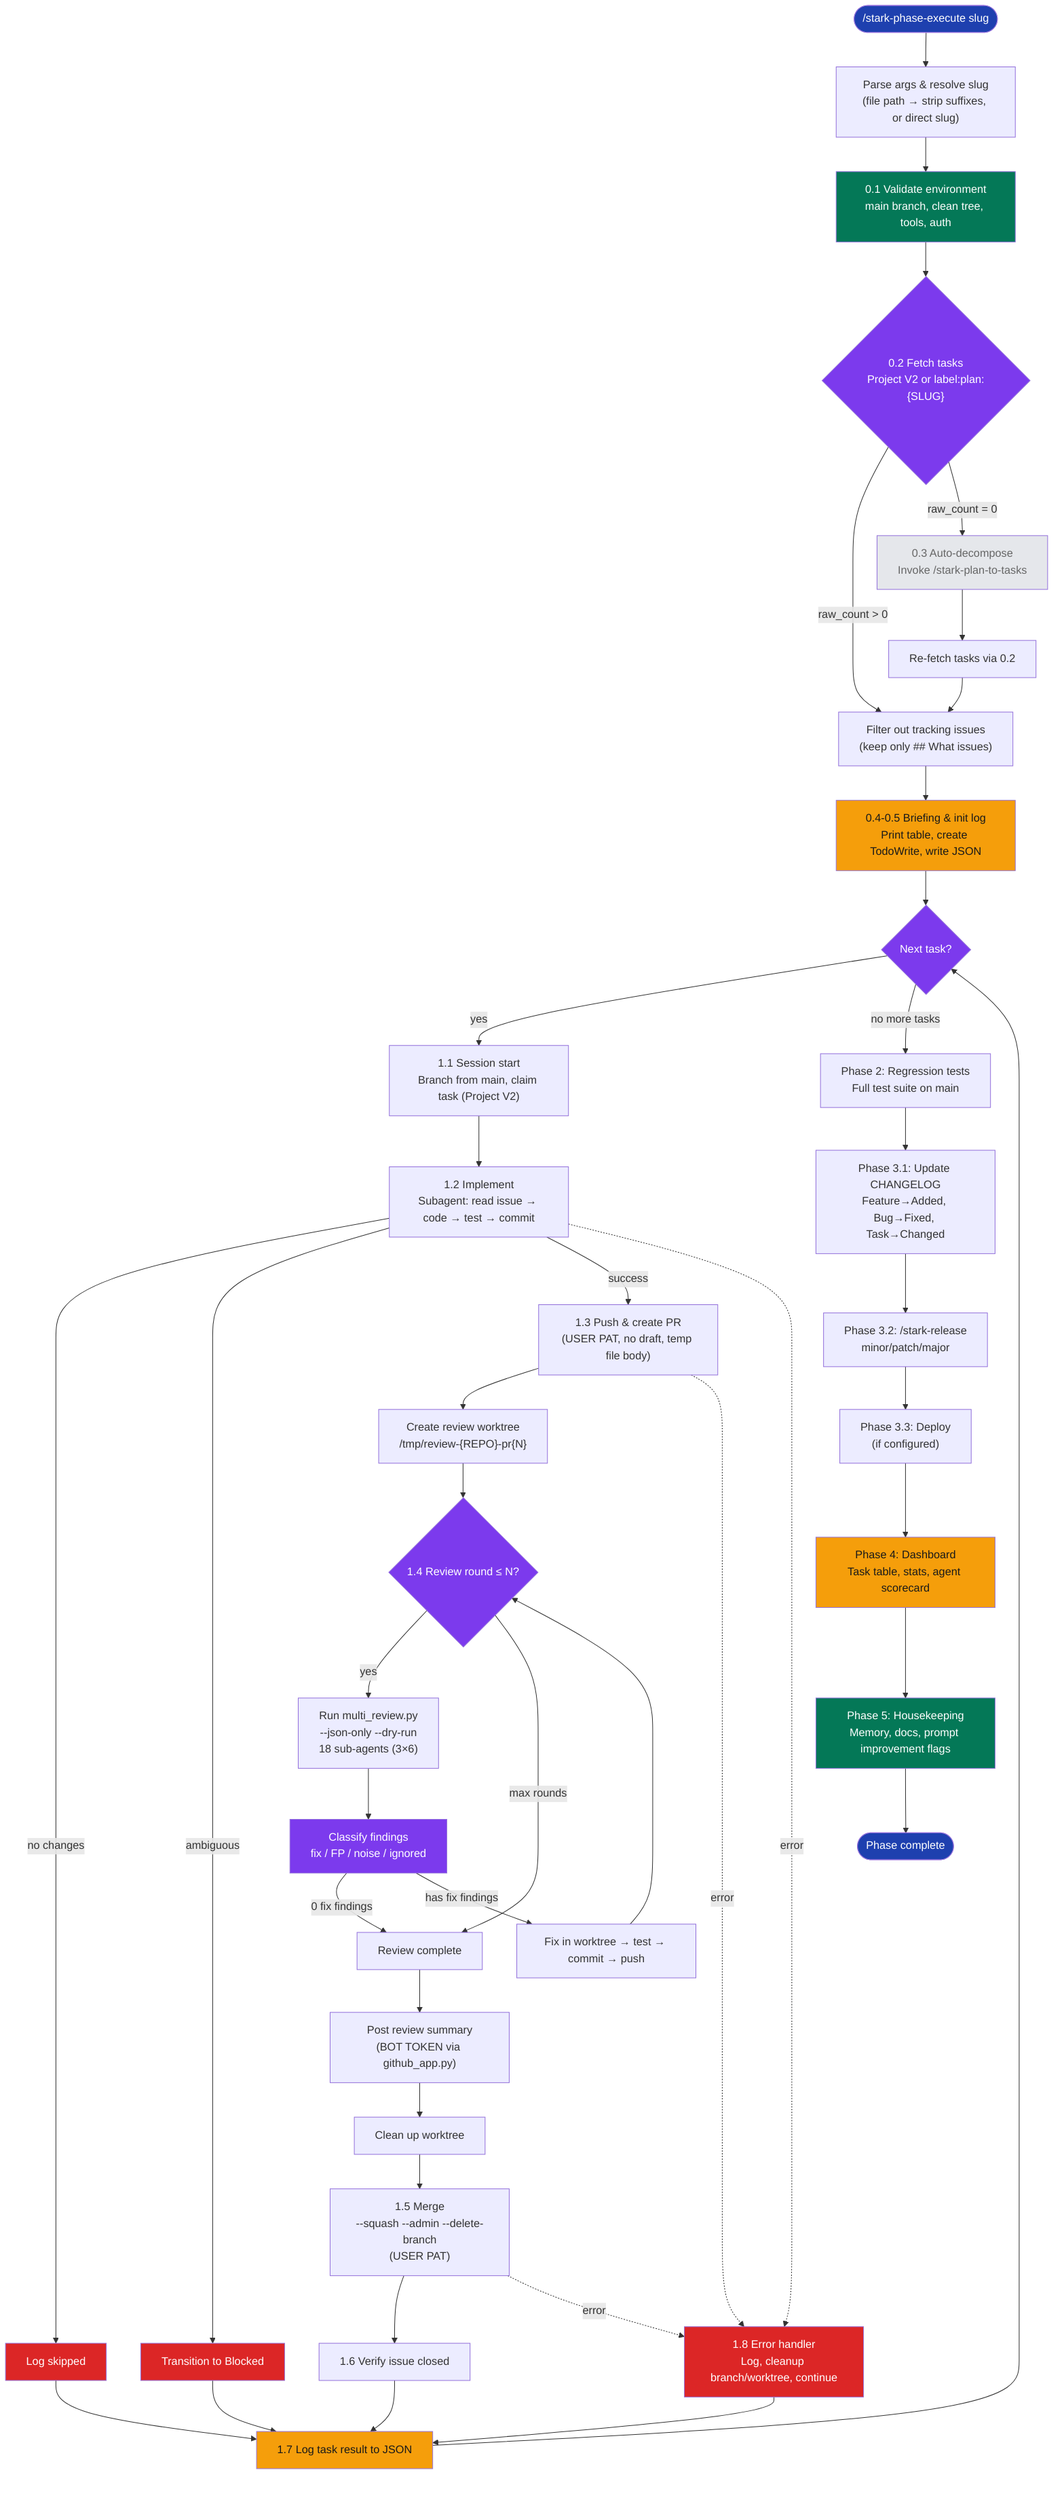
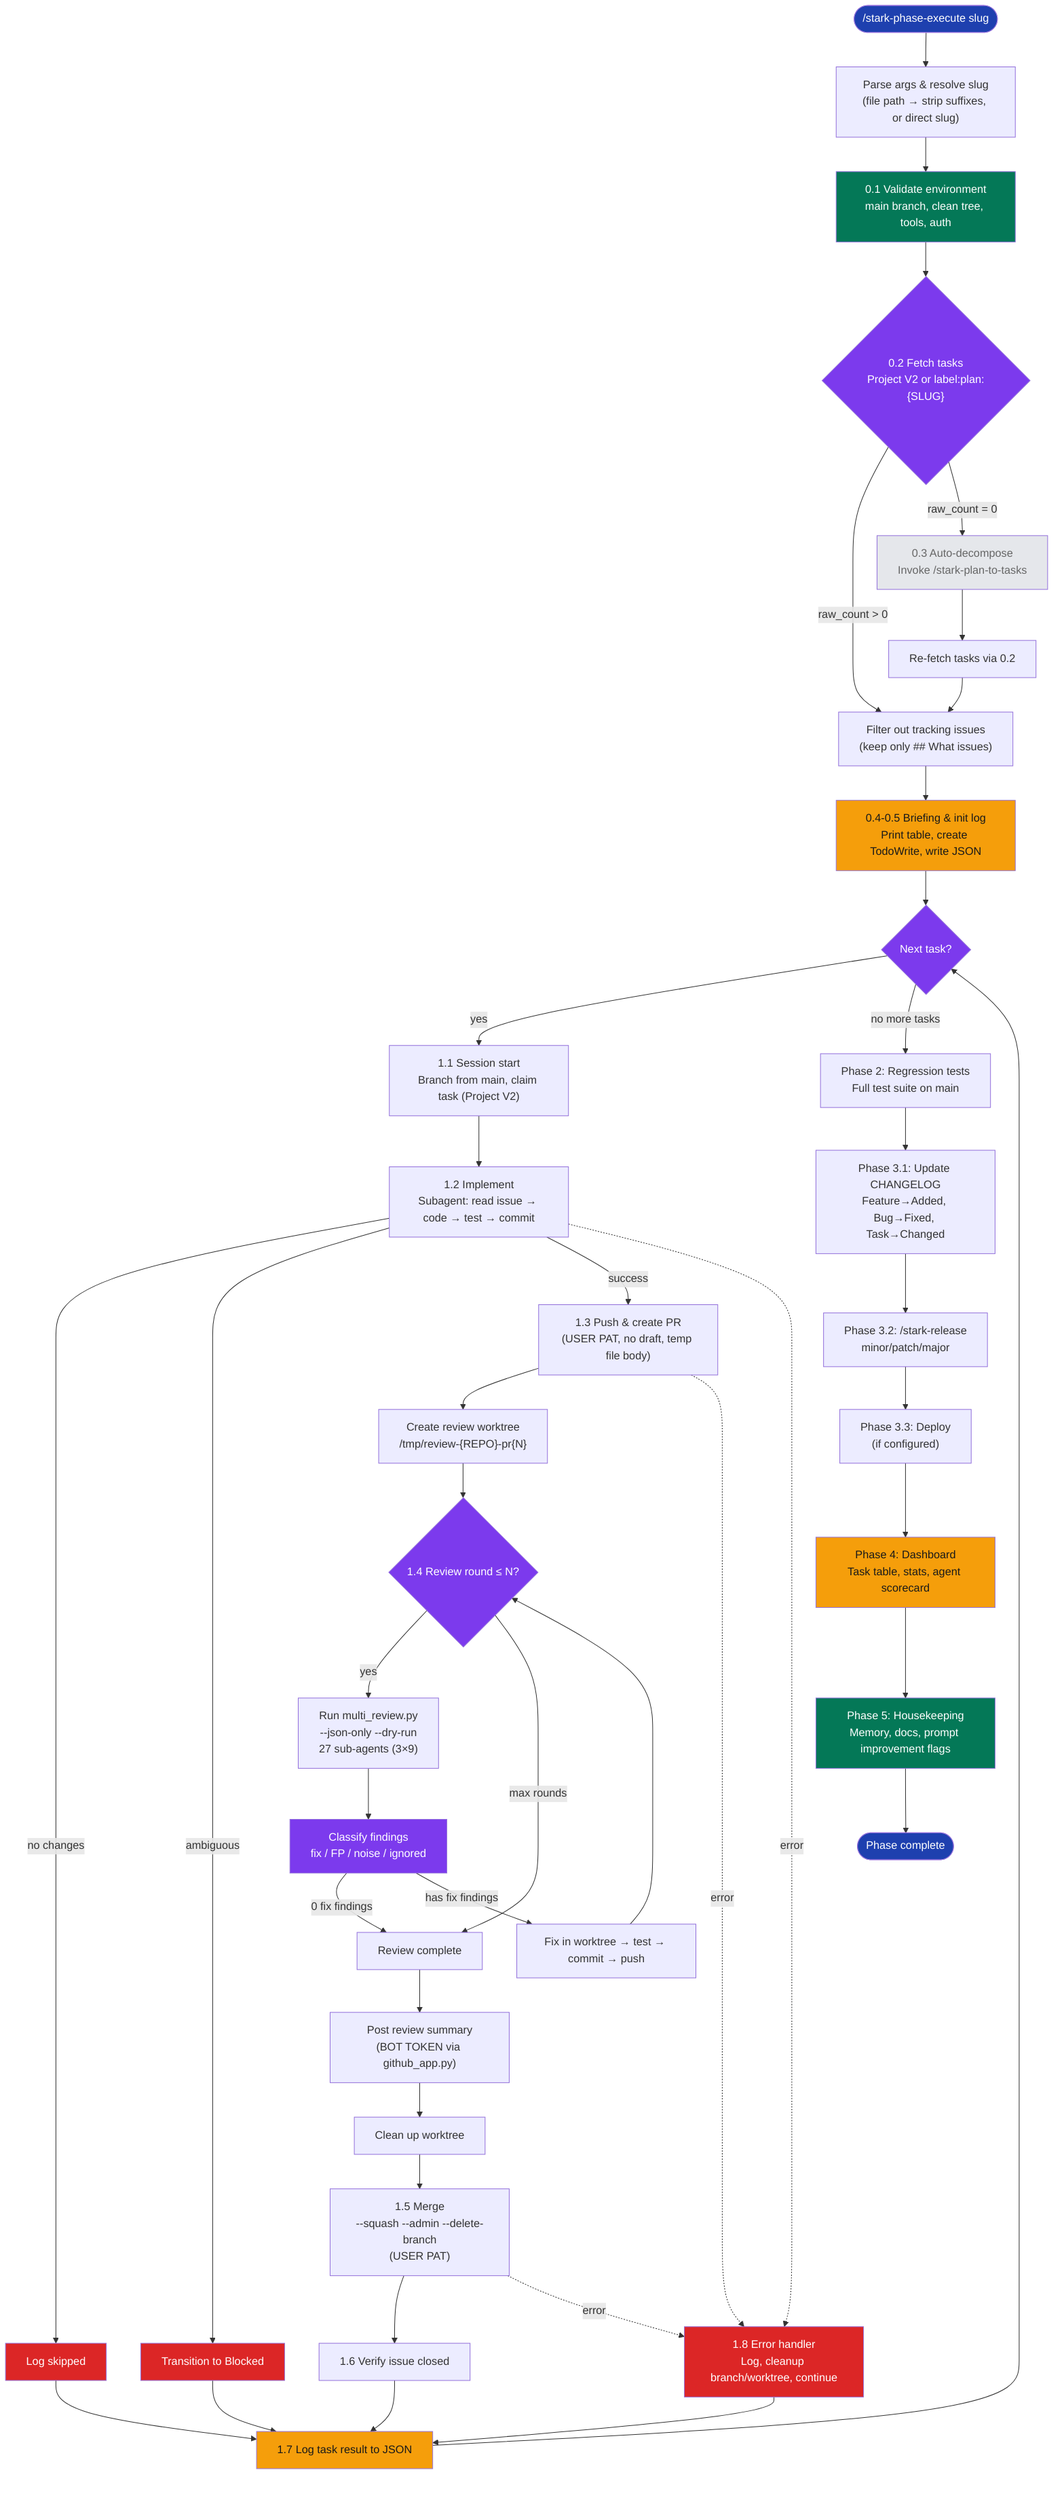
graph TD
    START(["/stark-phase-execute slug"]) --> PARSE["Parse args & resolve slug<br/>(file path → strip suffixes, or direct slug)"]
    PARSE --> VALIDATE["0.1 Validate environment<br/>main branch, clean tree, tools, auth"]
    VALIDATE --> FETCH{"0.2 Fetch tasks<br/>Project V2 or label:plan:{SLUG}"}

    FETCH -->|"raw_count > 0"| FILTER["Filter out tracking issues<br/>(keep only ## What issues)"]
    FETCH -->|"raw_count = 0"| DECOMPOSE["0.3 Auto-decompose<br/>Invoke /stark-plan-to-tasks"]
    DECOMPOSE --> REFETCH["Re-fetch tasks via 0.2"]
    REFETCH --> FILTER

    FILTER --> BRIEFING["0.4-0.5 Briefing & init log<br/>Print table, create TodoWrite, write JSON"]
    BRIEFING --> LOOP_START{"Next task?"}

    LOOP_START -->|"yes"| SESSION["1.1 Session start<br/>Branch from main, claim task (Project V2)"]
    SESSION --> IMPLEMENT["1.2 Implement<br/>Subagent: read issue → code → test → commit"]
    IMPLEMENT -->|"no changes"| SKIP["Log skipped"] --> LOG_TASK
    IMPLEMENT -->|"ambiguous"| BLOCK["Transition to Blocked"] --> LOG_TASK
    IMPLEMENT -->|"success"| PUSH["1.3 Push & create PR<br/>(USER PAT, no draft, temp file body)"]

    PUSH --> WT_CREATE["Create review worktree<br/>/tmp/review-{REPO}-pr{N}"]
    WT_CREATE --> REVIEW_ROUND{"1.4 Review round ≤ N?"}
-     REVIEW_ROUND -->|"yes"| DISPATCH["Run multi_review.py<br/>--json-only --dry-run<br/>18 sub-agents (3×6)"]
+     REVIEW_ROUND -->|"yes"| DISPATCH["Run multi_review.py<br/>--json-only --dry-run<br/>27 sub-agents (3×9)"]
    DISPATCH --> CLASSIFY["Classify findings<br/>fix / FP / noise / ignored"]
    CLASSIFY -->|"0 fix findings"| REVIEW_DONE["Review complete"]
    CLASSIFY -->|"has fix findings"| FIX["Fix in worktree → test → commit → push"]
    FIX --> REVIEW_ROUND
    REVIEW_ROUND -->|"max rounds"| REVIEW_DONE

    REVIEW_DONE --> POST_REVIEW["Post review summary<br/>(BOT TOKEN via github_app.py)"]
    POST_REVIEW --> WT_CLEAN["Clean up worktree"]
    WT_CLEAN --> MERGE["1.5 Merge<br/>--squash --admin --delete-branch<br/>(USER PAT)"]
    MERGE --> CLOSE["1.6 Verify issue closed"]
    CLOSE --> LOG_TASK["1.7 Log task result to JSON"]
    LOG_TASK --> LOOP_START

    LOOP_START -->|"no more tasks"| REGRESSION["Phase 2: Regression tests<br/>Full test suite on main"]
    REGRESSION --> CHANGELOG["Phase 3.1: Update CHANGELOG<br/>Feature→Added, Bug→Fixed, Task→Changed"]
    CHANGELOG --> RELEASE["Phase 3.2: /stark-release<br/>minor/patch/major"]
    RELEASE --> DEPLOY["Phase 3.3: Deploy<br/>(if configured)"]
    DEPLOY --> DASHBOARD["Phase 4: Dashboard<br/>Task table, stats, agent scorecard"]
    DASHBOARD --> HOUSEKEEPING["Phase 5: Housekeeping<br/>Memory, docs, prompt improvement flags"]
    HOUSEKEEPING --> DONE([Phase complete])

    IMPLEMENT -.->|"error"| ERR_HANDLER["1.8 Error handler<br/>Log, cleanup branch/worktree, continue"]
    PUSH -.->|"error"| ERR_HANDLER
    MERGE -.->|"error"| ERR_HANDLER
    ERR_HANDLER --> LOG_TASK

    style START fill:#1e40af,color:#fff
    style DONE fill:#1e40af,color:#fff
    style FETCH fill:#7c3aed,color:#fff
    style LOOP_START fill:#7c3aed,color:#fff
    style REVIEW_ROUND fill:#7c3aed,color:#fff
    style CLASSIFY fill:#7c3aed,color:#fff
    style DECOMPOSE fill:#e5e7eb,color:#666
    style ERR_HANDLER fill:#dc2626,color:#fff
    style SKIP fill:#dc2626,color:#fff
    style BLOCK fill:#dc2626,color:#fff
    style BRIEFING fill:#f59e0b,color:#1a1a1a
    style LOG_TASK fill:#f59e0b,color:#1a1a1a
    style DASHBOARD fill:#f59e0b,color:#1a1a1a
    style VALIDATE fill:#047857,color:#fff
    style HOUSEKEEPING fill:#047857,color:#fff